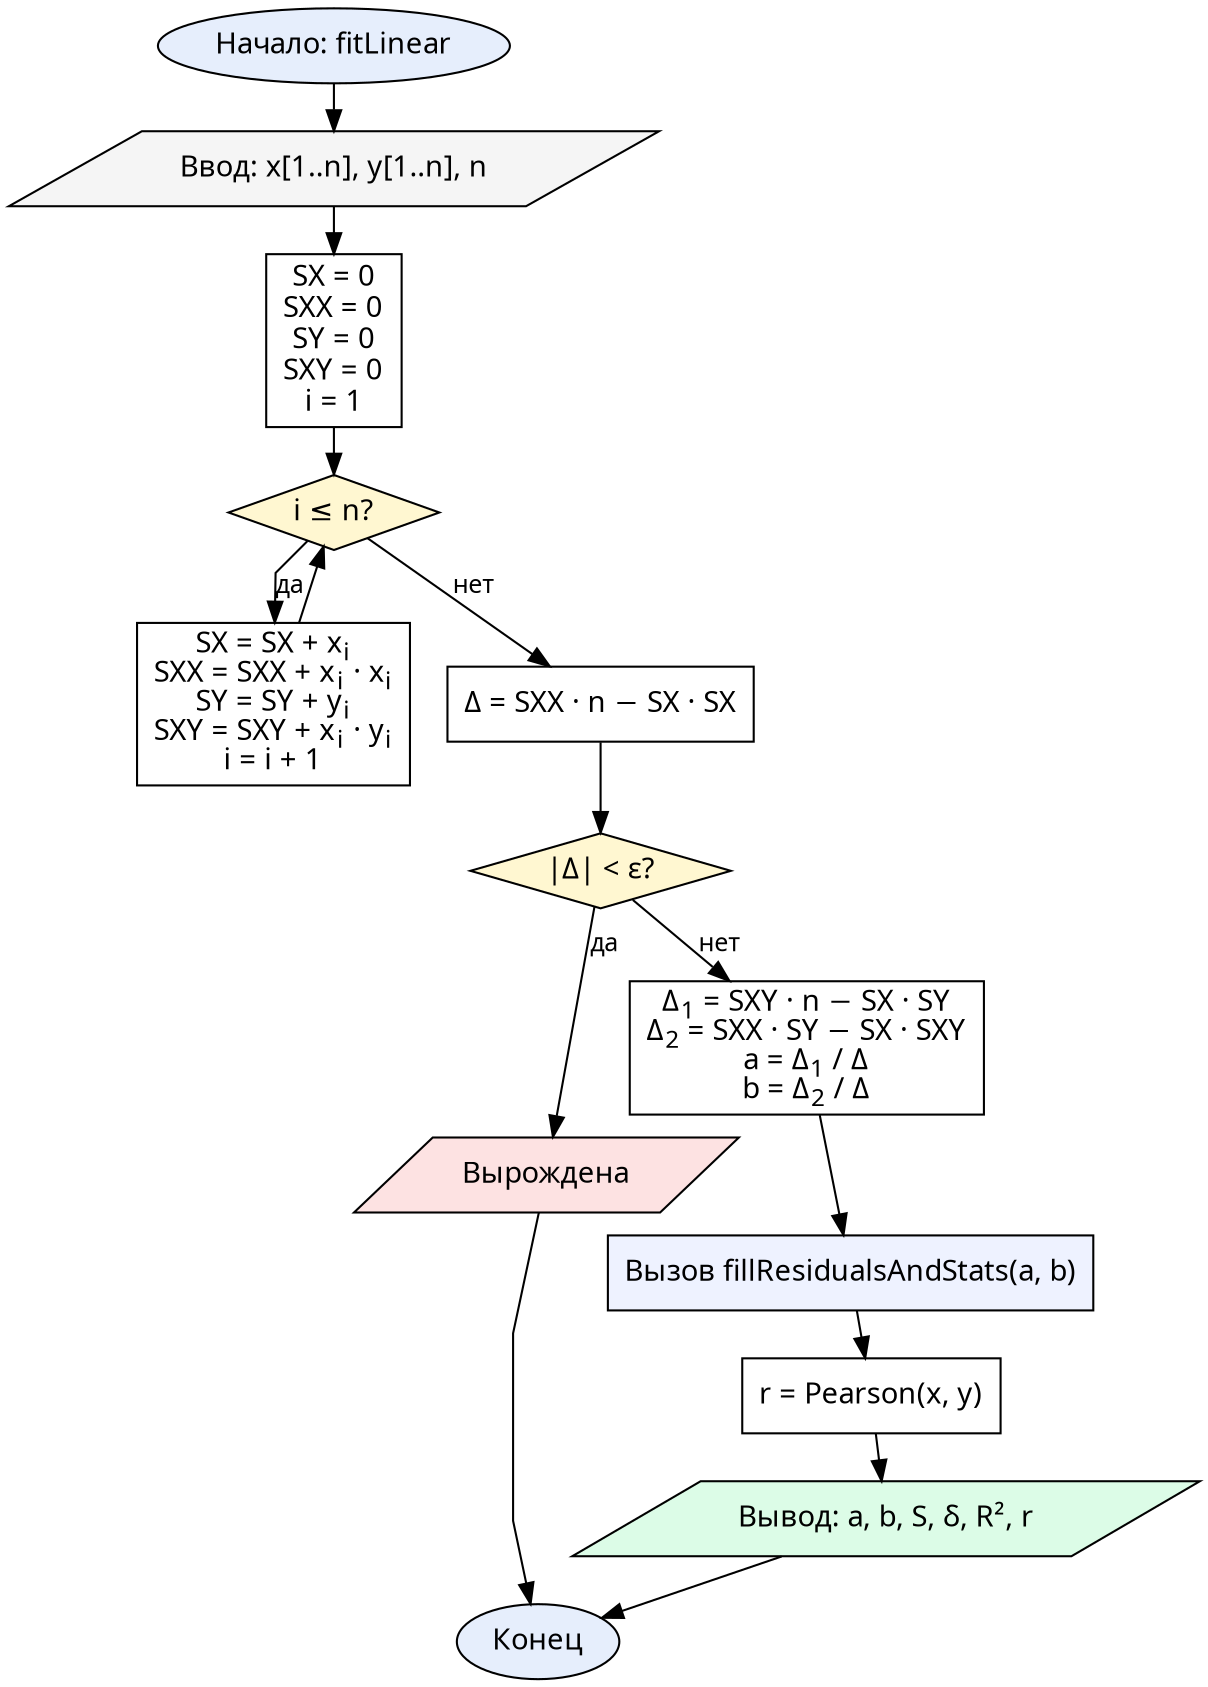
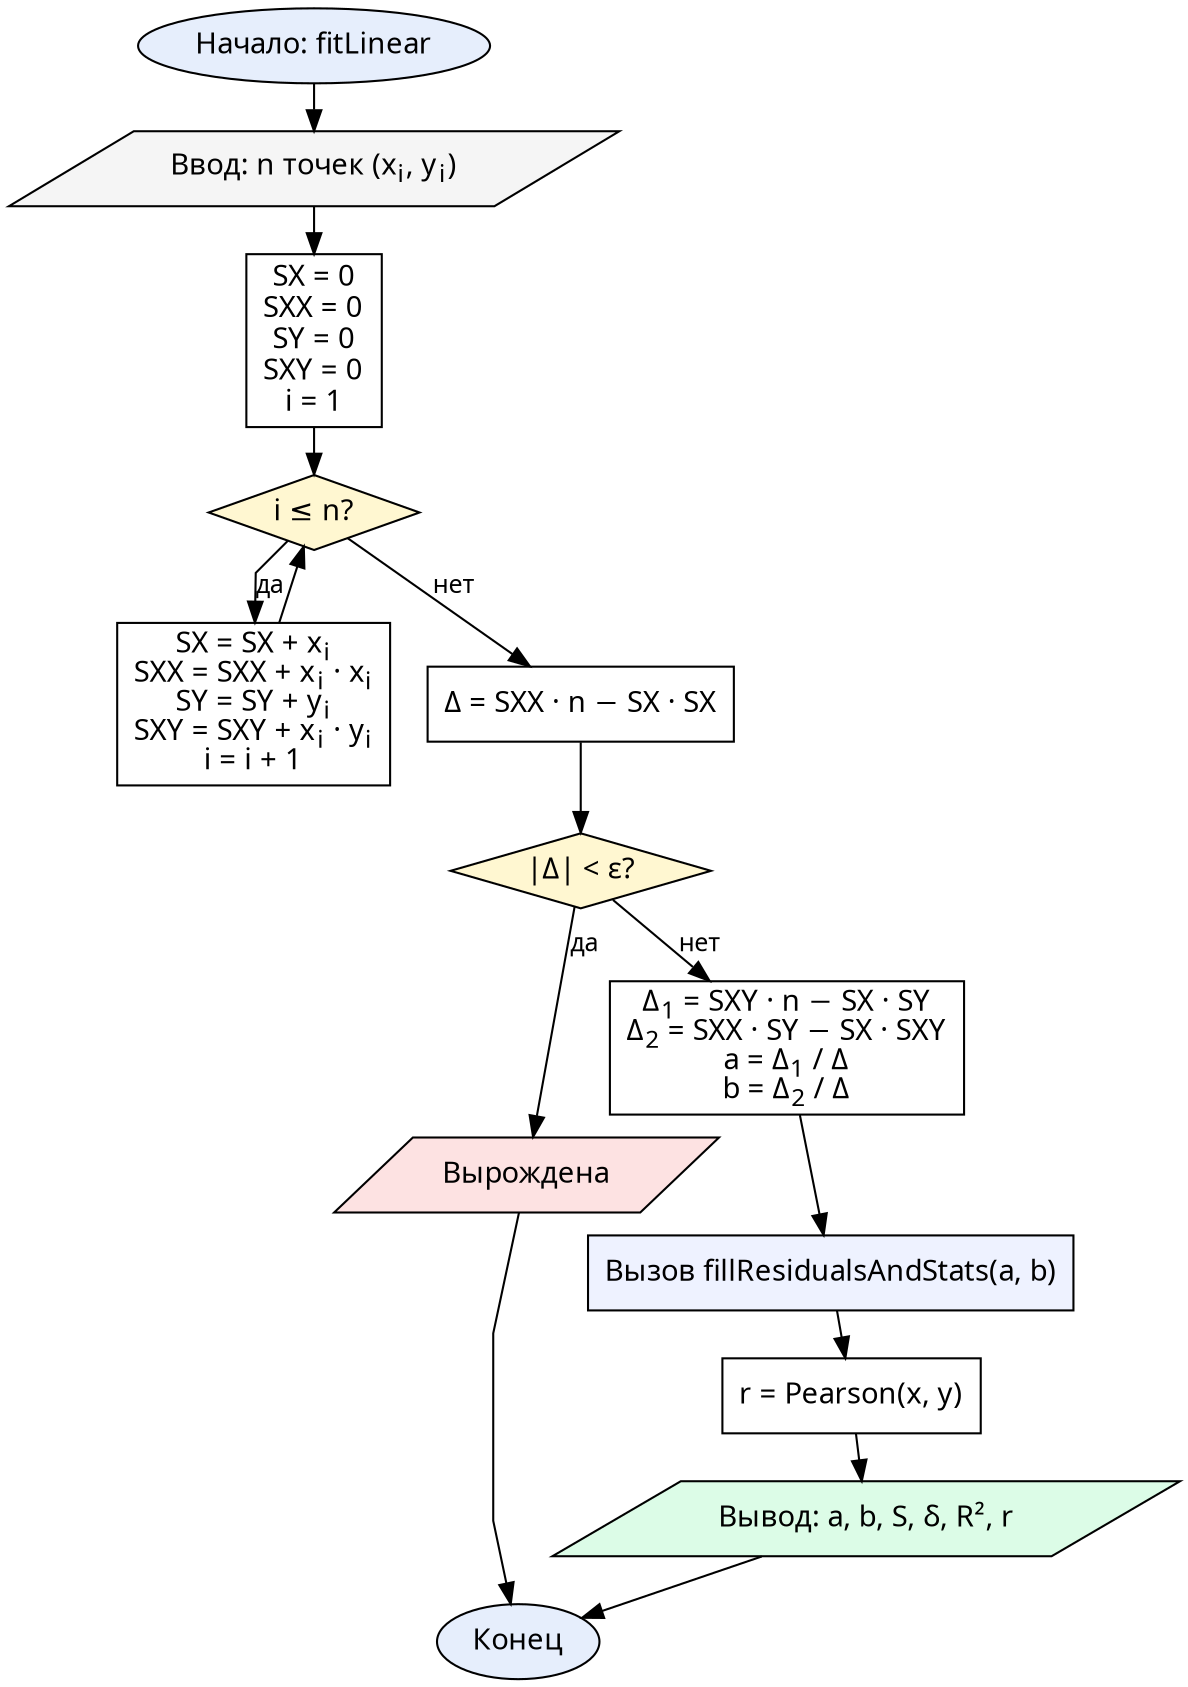
digraph LSLinear {
  graph [fontname="CMU Serif", rankdir=TB, nodesep=0.25, ranksep=0.3, splines=polyline]
  node  [fontname="CMU Serif", fontsize=14, style="filled", fillcolor="#ffffff", color="#000000"]
  edge  [fontname="CMU Serif", fontsize=12, color="#000000"]

  start  [label="Начало: fitLinear", shape=oval, fillcolor="#e6eefc"]
-   input  [label="Ввод: x[1..n], y[1..n], n", shape=parallelogram, fillcolor="#f5f5f5"]
+   input  [label=<Ввод: n точек (x<SUB>i</SUB>, y<SUB>i</SUB>)>, shape=parallelogram, fillcolor="#f5f5f5"]
  zero   [label=<SX = 0<BR/>SXX = 0<BR/>SY = 0<BR/>SXY = 0<BR/>i = 1>, shape=box]
  loop   [label=<i ≤ n?>, shape=diamond, fillcolor="#fff7d1"]
  body   [label=<SX = SX + x<SUB>i</SUB><BR/>SXX = SXX + x<SUB>i</SUB> · x<SUB>i</SUB><BR/>SY = SY + y<SUB>i</SUB><BR/>SXY = SXY + x<SUB>i</SUB> · y<SUB>i</SUB><BR/>i = i + 1>, shape=box]
  det    [label=<Δ = SXX · n − SX · SX>, shape=box]
  check  [label=<|Δ| &lt; ε?>, shape=diamond, fillcolor="#fff7d1"]
  degen  [label="Вырождена", shape=parallelogram, fillcolor="#fde2e2"]
  cramer [label=<Δ<SUB>1</SUB> = SXY · n − SX · SY<BR/>Δ<SUB>2</SUB> = SXX · SY − SX · SXY<BR/>a = Δ<SUB>1</SUB> / Δ<BR/>b = Δ<SUB>2</SUB> / Δ>, shape=box]
  stats  [label="Вызов fillResidualsAndStats(a, b)", shape=box, fillcolor="#eef2ff"]
  pear   [label=<r = Pearson(x, y)>, shape=box]
  output [label=<Вывод: a, b, S, δ, R², r>, shape=parallelogram, fillcolor="#dcfce7"]
  stop   [label="Конец", shape=oval, fillcolor="#e6eefc"]

  start -> input -> zero -> loop
  loop -> body [label="да"]
  body -> loop
  loop -> det [label="нет"]
  det -> check
  check -> degen [label="да"]
  degen -> stop
  check -> cramer [label="нет"]
  cramer -> stats -> pear -> output -> stop
}
